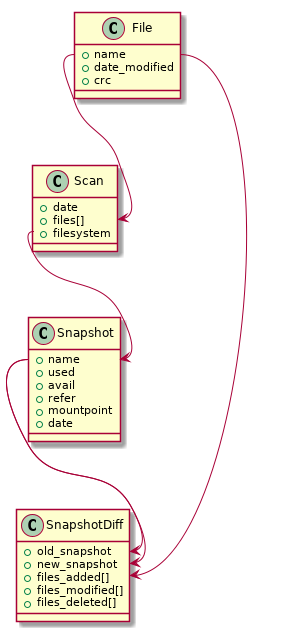
The PlantUML diagram diagram.png in JacksonHill/ZBC, before a commit.
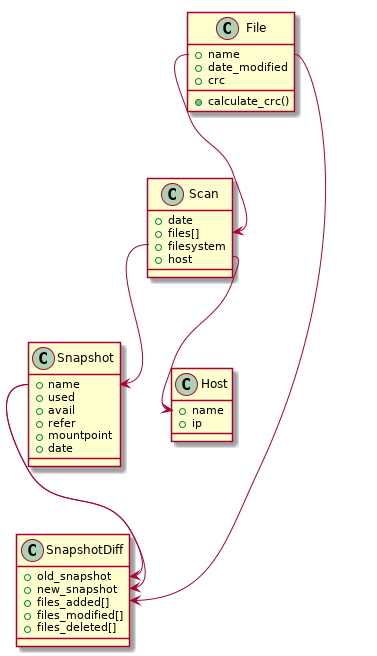
After the commit.

Commit message:
Flake, host on diagram

What changed in the source:
```diff
@@ -13,12 +13,14 @@
 + name
 + date_modified
 + crc
++ calculate_crc()
 }
 
 class Scan {
 + date
 + files[]
 + filesystem
++ host
 }
 
 class SnapshotDiff {
@@ -29,9 +31,15 @@
 + files_deleted[]
 }
 
+class Host {
++ name
++ ip
+}
+
 Scan::filesystem --> Snapshot::name
 File::name --> Scan::files
 Snapshot::name --> SnapshotDiff::old_snapshot
 Snapshot::name --> SnapshotDiff::new_snapshot
 File::name --> SnapshotDiff::files_added
+Scan::host --> Host::name
 @enduml
```
